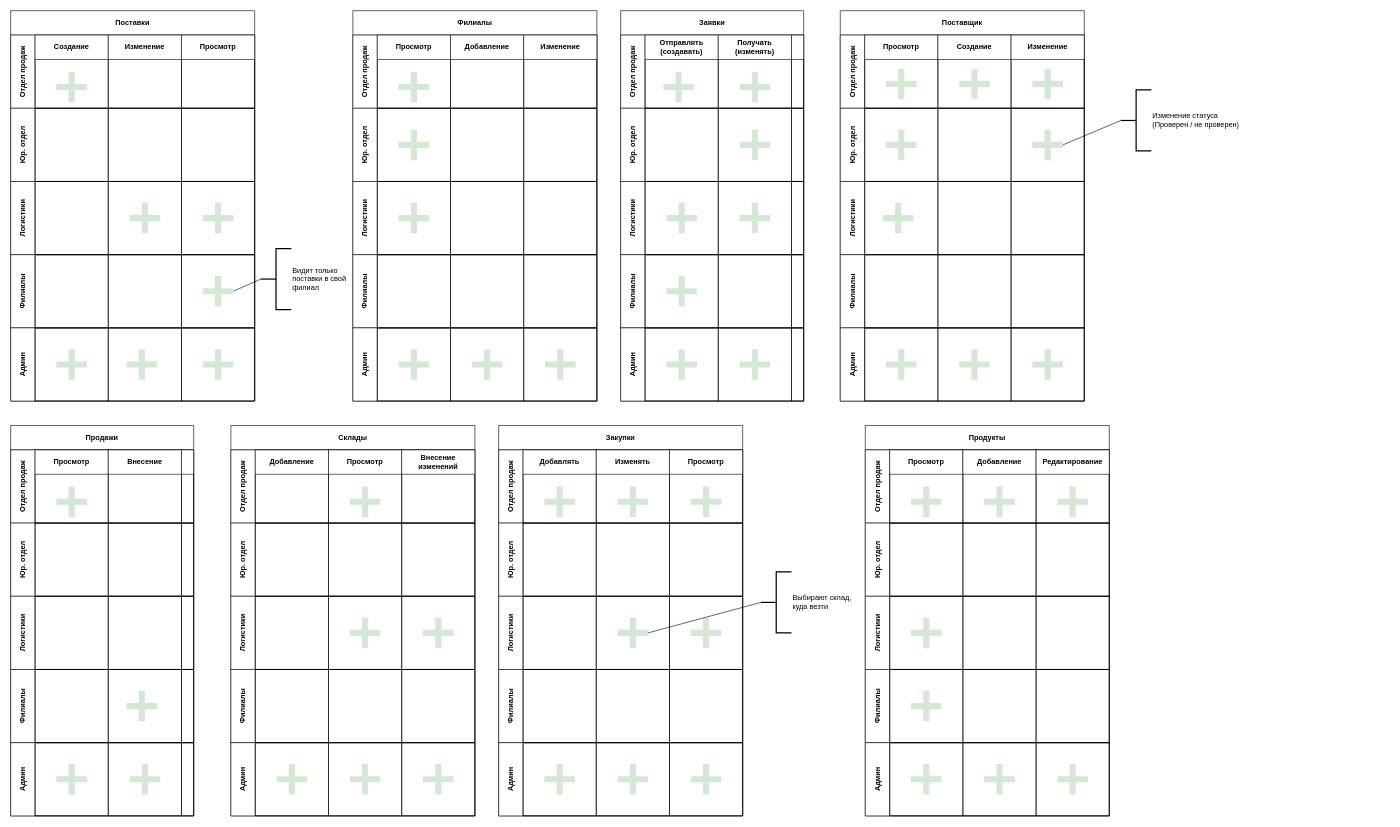
Above: artifacts/role_model.drawio in kzagorulko/flower-system (draw.io), before the change. Source tidied: cells renumbered, new cells numbered last; positions are measured from the earlier drawing's top-left corner, leaving out a move shared by most shapes. Both pictures are drawn from the tidied source at 61%, with x=0, y=0 at pixel (10, 10).
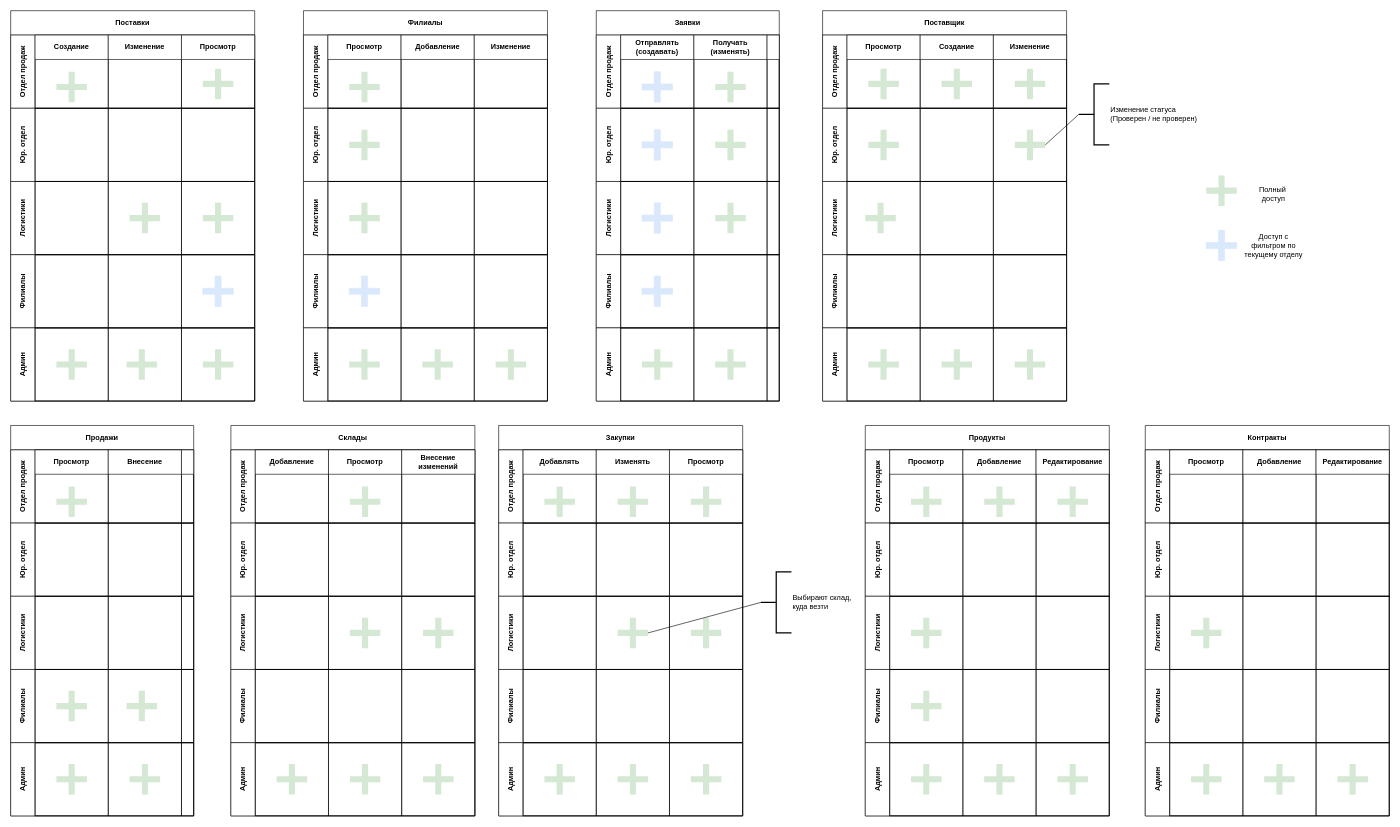
The same diagram, later.

Commit message (it also covers changes not shown here):
#23 Fix ERD and role model

Unchanged cells that the change refers to:
```xml
<mxCell id="9" value="Просмотр" style="swimlane;startSize=40;html=1;whiteSpace=wrap;" parent="5" vertex="1">
  <mxGeometry x="280" width="120" height="120" as="geometry" />
</mxCell>
<mxCell id="23" style="swimlane;startSize=0;html=1;whiteSpace=wrap;" parent="20" vertex="1">
  <mxGeometry x="280" width="120" height="120" as="geometry" />
</mxCell>
<mxCell id="49" style="swimlane;startSize=0;html=1;whiteSpace=wrap;" parent="48" vertex="1">
  <mxGeometry x="40" width="120" height="120" as="geometry" />
</mxCell>
<mxCell id="61" value="Отправлять&lt;br&gt;(создавать)" style="swimlane;startSize=40;html=1;whiteSpace=wrap;" parent="60" vertex="1">
  <mxGeometry x="40" width="120" height="120" as="geometry" />
</mxCell>
<mxCell id="67" style="swimlane;startSize=0;html=1;whiteSpace=wrap;" parent="66" vertex="1">
  <mxGeometry x="40" width="120" height="120" as="geometry" />
</mxCell>
<mxCell id="72" style="swimlane;startSize=0;html=1;whiteSpace=wrap;" parent="71" vertex="1">
  <mxGeometry x="40" width="120" height="120" as="geometry" />
</mxCell>
<mxCell id="78" style="swimlane;startSize=0;html=1;whiteSpace=wrap;" parent="77" vertex="1">
  <mxGeometry x="40" width="120" height="120" as="geometry" />
</mxCell>
<mxCell id="135" style="swimlane;startSize=0;html=1;whiteSpace=wrap;" parent="134" vertex="1">
  <mxGeometry x="40" width="120" height="120" as="geometry" />
</mxCell>
```

Diff of the diagram source:
```diff
@@
-    <mxCell id="2" style="rounded=0;jettySize=auto;html=1;exitX=0;exitY=0.5;exitDx=0;exitDy=0;exitPerimeter=0;entryX=1;entryY=0.5;entryDx=0;entryDy=0;entryPerimeter=0;endArrow=none;endFill=0;" parent="1" edge="1" source="3" target="24">
-      <mxGeometry relative="1" as="geometry" />
-    </mxCell>
-    <mxCell id="3" value="Видит только&lt;br&gt;поставки в свой &lt;br&gt;филиал" style="strokeWidth=2;html=1;shape=mxgraph.flowchart.annotation_2;align=left;labelPosition=right;" parent="1" vertex="1">
-      <mxGeometry x="410" y="390" width="50" height="100" as="geometry" />
-    </mxCell>
@@
+    <mxCell id="232" style="shape=cross;whiteSpace=wrap;html=1;fillColor=#d5e8d4;strokeColor=none;" parent="9" vertex="1">
+      <mxGeometry x="35" y="55" width="50" height="50" as="geometry" />
+    </mxCell>
@@
-    <mxCell id="24" style="shape=cross;whiteSpace=wrap;html=1;fillColor=#d5e8d4;strokeColor=none;" parent="23" vertex="1">
-      <mxGeometry x="35" y="35" width="50" height="50" as="geometry" />
-    </mxCell>
+    <mxCell id="233" style="shape=cross;whiteSpace=wrap;html=1;fillColor=#dae8fc;strokeColor=#DAE8FC;" parent="23" vertex="1">
+      <mxGeometry x="35" y="35" width="50" height="50" as="geometry" />
+    </mxCell>
@@
     <mxCell id="32" value="Филиалы" style="shape=table;childLayout=tableLayout;rowLines=0;columnLines=0;startSize=40;html=1;whiteSpace=wrap;fontStyle=1;align=center;" parent="1" vertex="1">
-      <mxGeometry x="561" width="400" height="640" as="geometry" />
+      <mxGeometry x="480" width="400" height="640" as="geometry" />
     </mxCell>
@@
+    <mxCell id="234" style="shape=cross;whiteSpace=wrap;html=1;fillColor=#dae8fc;strokeColor=#DAE8FC;" parent="49" vertex="1">
+      <mxGeometry x="35" y="35" width="50" height="50" as="geometry" />
+    </mxCell>
@@
     <mxCell id="59" value="Заявки" style="shape=table;childLayout=tableLayout;rowLines=0;columnLines=0;startSize=40;html=1;whiteSpace=wrap;fontStyle=1;align=center;" parent="1" vertex="1">
-      <mxGeometry x="1000" width="300" height="640" as="geometry" />
+      <mxGeometry x="960" width="300" height="640" as="geometry" />
     </mxCell>
@@
-    <mxCell id="62" style="shape=cross;whiteSpace=wrap;html=1;fillColor=#d5e8d4;strokeColor=none;" parent="61" vertex="1">
-      <mxGeometry x="30" y="60" width="50" height="50" as="geometry" />
-    </mxCell>
+    <mxCell id="235" style="shape=cross;whiteSpace=wrap;html=1;fillColor=#dae8fc;strokeColor=#DAE8FC;" parent="61" vertex="1">
+      <mxGeometry x="35" y="60" width="50" height="50" as="geometry" />
+    </mxCell>
@@
+    <mxCell id="236" style="shape=cross;whiteSpace=wrap;html=1;fillColor=#dae8fc;strokeColor=#DAE8FC;" parent="67" vertex="1">
+      <mxGeometry x="35" y="35" width="50" height="50" as="geometry" />
+    </mxCell>
@@
-    <mxCell id="73" style="shape=cross;whiteSpace=wrap;html=1;fillColor=#d5e8d4;strokeColor=none;" parent="72" vertex="1">
-      <mxGeometry x="35" y="35" width="50" height="50" as="geometry" />
-    </mxCell>
+    <mxCell id="237" style="shape=cross;whiteSpace=wrap;html=1;fillColor=#dae8fc;strokeColor=#DAE8FC;" parent="72" vertex="1">
+      <mxGeometry x="35" y="35" width="50" height="50" as="geometry" />
+    </mxCell>
@@
-    <mxCell id="79" style="shape=cross;whiteSpace=wrap;html=1;fillColor=#d5e8d4;strokeColor=none;" parent="78" vertex="1">
-      <mxGeometry x="35" y="35" width="50" height="50" as="geometry" />
-    </mxCell>
+    <mxCell id="238" style="shape=cross;whiteSpace=wrap;html=1;fillColor=#dae8fc;strokeColor=#DAE8FC;" parent="78" vertex="1">
+      <mxGeometry x="35" y="35" width="50" height="50" as="geometry" />
+    </mxCell>
@@
     <mxCell id="88" value="Поставщик" style="shape=table;childLayout=tableLayout;rowLines=0;columnLines=0;startSize=40;html=1;whiteSpace=wrap;fontStyle=1;align=center;" parent="1" vertex="1">
-      <mxGeometry x="1360" width="400" height="640" as="geometry" />
+      <mxGeometry x="1331" width="400" height="640" as="geometry" />
     </mxCell>
@@
     <mxCell id="119" value="Изменение статуса&lt;br&gt;(Проверен / не проверен)" style="strokeWidth=2;html=1;shape=mxgraph.flowchart.annotation_2;align=left;labelPosition=right;" parent="1" vertex="1">
-      <mxGeometry x="1820" y="130" width="50" height="100" as="geometry" />
+      <mxGeometry x="1751" y="120" width="50" height="100" as="geometry" />
     </mxCell>
@@
+    <mxCell id="239" style="shape=cross;whiteSpace=wrap;html=1;fillColor=#d5e8d4;strokeColor=none;" parent="135" vertex="1">
+      <mxGeometry x="35" y="35" width="50" height="50" as="geometry" />
+    </mxCell>
@@
+    <mxCell id="240" value="Контракты" style="shape=table;childLayout=tableLayout;rowLines=0;columnLines=0;startSize=40;html=1;whiteSpace=wrap;fontStyle=1;align=center;" parent="1" vertex="1">
+      <mxGeometry x="1860" y="680" width="400" height="640" as="geometry" />
+    </mxCell>
+    <mxCell id="241" value="Отдел продаж" style="swimlane;horizontal=0;startSize=40;html=1;whiteSpace=wrap;fontStyle=1;" parent="240" vertex="1">
+      <mxGeometry y="40" width="400" height="120" as="geometry" />
+    </mxCell>
+    <mxCell id="242" value="Просмотр" style="swimlane;startSize=40;html=1;whiteSpace=wrap;" parent="241" vertex="1">
+      <mxGeometry x="40" width="120" height="120" as="geometry" />
+    </mxCell>
+    <mxCell id="243" value="Добавление" style="swimlane;startSize=40;html=1;whiteSpace=wrap;" parent="241" vertex="1">
+      <mxGeometry x="160" width="120" height="120" as="geometry" />
+    </mxCell>
+    <mxCell id="244" value="Редактирование" style="swimlane;startSize=40;html=1;whiteSpace=wrap;" parent="241" vertex="1">
+      <mxGeometry x="280" width="120" height="120" as="geometry" />
+    </mxCell>
+    <mxCell id="245" value="Юр. отдел" style="swimlane;horizontal=0;startSize=40;html=1;whiteSpace=wrap;" parent="240" vertex="1">
+      <mxGeometry y="160" width="400" height="120" as="geometry" />
+    </mxCell>
+    <mxCell id="246" style="swimlane;startSize=0;html=1;whiteSpace=wrap;" parent="245" vertex="1">
+      <mxGeometry x="40" width="120" height="120" as="geometry" />
+    </mxCell>
+    <mxCell id="247" style="swimlane;startSize=0;html=1;whiteSpace=wrap;" parent="245" vertex="1">
+      <mxGeometry x="160" width="120" height="120" as="geometry" />
+    </mxCell>
+    <mxCell id="248" style="swimlane;startSize=0;html=1;whiteSpace=wrap;" parent="245" vertex="1">
+      <mxGeometry x="280" width="120" height="120" as="geometry" />
+    </mxCell>
+    <mxCell id="249" value="Логистики" style="swimlane;horizontal=0;startSize=40;html=1;whiteSpace=wrap;" parent="240" vertex="1">
+      <mxGeometry y="280" width="400" height="120" as="geometry" />
+    </mxCell>
+    <mxCell id="250" style="swimlane;startSize=0;html=1;whiteSpace=wrap;" parent="249" vertex="1">
+      <mxGeometry x="40" width="120" height="120" as="geometry" />
+    </mxCell>
+    <mxCell id="251" style="shape=cross;whiteSpace=wrap;html=1;fillColor=#d5e8d4;strokeColor=none;" parent="250" vertex="1">
+      <mxGeometry x="35" y="35" width="50" height="50" as="geometry" />
+    </mxCell>
+    <mxCell id="252" style="swimlane;startSize=0;html=1;whiteSpace=wrap;" parent="249" vertex="1">
+      <mxGeometry x="160" width="120" height="120" as="geometry" />
+    </mxCell>
+    <mxCell id="253" style="swimlane;startSize=0;html=1;whiteSpace=wrap;" parent="249" vertex="1">
+      <mxGeometry x="280" width="120" height="120" as="geometry" />
+    </mxCell>
+    <mxCell id="254" value="Филиалы" style="swimlane;horizontal=0;startSize=40;html=1;whiteSpace=wrap;" parent="240" vertex="1">
+      <mxGeometry y="400" width="400" height="120" as="geometry" />
+    </mxCell>
+    <mxCell id="255" style="swimlane;startSize=0;html=1;whiteSpace=wrap;" parent="254" vertex="1">
+      <mxGeometry x="40" width="120" height="120" as="geometry" />
+    </mxCell>
+    <mxCell id="256" style="swimlane;startSize=0;html=1;whiteSpace=wrap;" parent="254" vertex="1">
+      <mxGeometry x="160" width="120" height="120" as="geometry" />
+    </mxCell>
+    <mxCell id="257" style="swimlane;startSize=0;html=1;whiteSpace=wrap;" parent="254" vertex="1">
+      <mxGeometry x="280" width="120" height="120" as="geometry" />
+    </mxCell>
+    <mxCell id="258" value="Админ" style="swimlane;horizontal=0;startSize=40;html=1;whiteSpace=wrap;" parent="240" vertex="1">
+      <mxGeometry y="520" width="400" height="120" as="geometry" />
+    </mxCell>
+    <mxCell id="259" style="swimlane;startSize=0;html=1;whiteSpace=wrap;" parent="258" vertex="1">
+      <mxGeometry x="40" width="120" height="120" as="geometry" />
+    </mxCell>
+    <mxCell id="260" style="shape=cross;whiteSpace=wrap;html=1;fillColor=#d5e8d4;strokeColor=none;" parent="259" vertex="1">
+      <mxGeometry x="35" y="35" width="50" height="50" as="geometry" />
+    </mxCell>
+    <mxCell id="261" style="swimlane;startSize=0;html=1;whiteSpace=wrap;" parent="258" vertex="1">
+      <mxGeometry x="160" width="120" height="120" as="geometry" />
+    </mxCell>
+    <mxCell id="262" style="shape=cross;whiteSpace=wrap;html=1;fillColor=#d5e8d4;strokeColor=none;" parent="261" vertex="1">
+      <mxGeometry x="35" y="35" width="50" height="50" as="geometry" />
+    </mxCell>
+    <mxCell id="263" style="swimlane;startSize=0;html=1;whiteSpace=wrap;" parent="258" vertex="1">
+      <mxGeometry x="280" width="120" height="120" as="geometry" />
+    </mxCell>
+    <mxCell id="264" style="shape=cross;whiteSpace=wrap;html=1;fillColor=#d5e8d4;strokeColor=none;" parent="263" vertex="1">
+      <mxGeometry x="35" y="35" width="50" height="50" as="geometry" />
+    </mxCell>
+    <mxCell id="265" style="shape=cross;whiteSpace=wrap;html=1;fillColor=#d5e8d4;strokeColor=none;" parent="1" vertex="1">
+      <mxGeometry x="1960" y="270" width="50" height="50" as="geometry" />
+    </mxCell>
+    <mxCell id="266" value="Полный&amp;nbsp;&lt;br&gt;доступ" style="text;html=1;align=center;verticalAlign=middle;" parent="1" vertex="1">
+      <mxGeometry x="2040" y="285" width="60" height="30" as="geometry" />
+    </mxCell>
+    <mxCell id="267" style="shape=cross;whiteSpace=wrap;html=1;fillColor=#dae8fc;strokeColor=#DAE8FC;" parent="1" vertex="1">
+      <mxGeometry x="1960" y="360" width="50" height="50" as="geometry" />
+    </mxCell>
+    <mxCell id="268" value="Доступ с&lt;br&gt;фильтром по&lt;br&gt;текущему отделу" style="text;html=1;align=center;verticalAlign=middle;" parent="1" vertex="1">
+      <mxGeometry x="2015" y="360" width="110" height="50" as="geometry" />
+    </mxCell>
```
